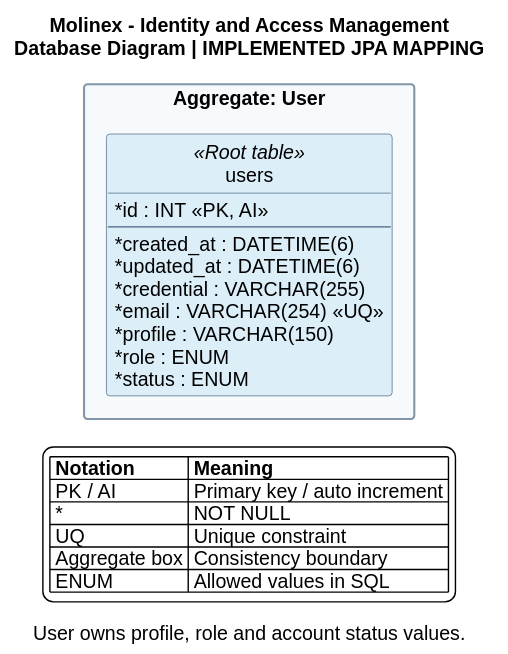
Earlier version of the PlantUML export assets/Images Chapter 4/Database Design/Database Diagrams/identity-access-management-database.svg (Vanguard-open-source/molinex-report). The source it was exported from:
```plantuml
@startuml
left to right direction
hide circle
hide methods
skinparam backgroundColor #FFFFFF
skinparam shadowing false
skinparam defaultFontName Arial
skinparam defaultFontSize 14
skinparam classAttributeIconSize 0
skinparam packageStyle rectangle
skinparam ArrowColor #486581
skinparam nodesep 50
skinparam ranksep 75
skinparam classBorderColor #486581
skinparam packageBorderColor #8296A8
title Molinex - Identity and Access Management\nDatabase Diagram | IMPLEMENTED JPA MAPPING
caption
User owns profile, role and account status values.
endcaption
package "Aggregate: User" as aggregate_0 #F7FAFC {
entity "users" as users <<Root table>> #DCEEF8 {
  * id : INT <<PK, AI>>
  --
  * created_at : DATETIME(6)
  * updated_at : DATETIME(6)
  * credential : VARCHAR(255)
  * email : VARCHAR(254) <<UQ>>
  * profile : VARCHAR(150)
  * role : ENUM
  * status : ENUM
}
}
legend bottom
|= Notation |= Meaning |
| PK / AI | Primary key / auto increment |
| * | NOT NULL |
| UQ | Unique constraint |
| Aggregate box | Consistency boundary |
| ENUM | Allowed values in SQL |
endlegend
@enduml
```
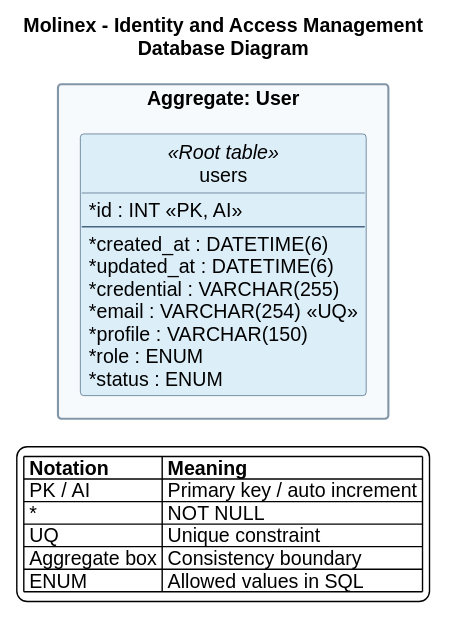
After the change.

The edit, as a diff of the source:
```diff
@@ -13,10 +13,7 @@
 skinparam ranksep 75
 skinparam classBorderColor #486581
 skinparam packageBorderColor #8296A8
-title Molinex - Identity and Access Management\nDatabase Diagram | IMPLEMENTED JPA MAPPING
-caption
-User owns profile, role and account status values.
-endcaption
+title Molinex - Identity and Access Management\nDatabase Diagram
 package "Aggregate: User" as aggregate_0 #F7FAFC {
 entity "users" as users <<Root table>> #DCEEF8 {
   * id : INT <<PK, AI>>
```
